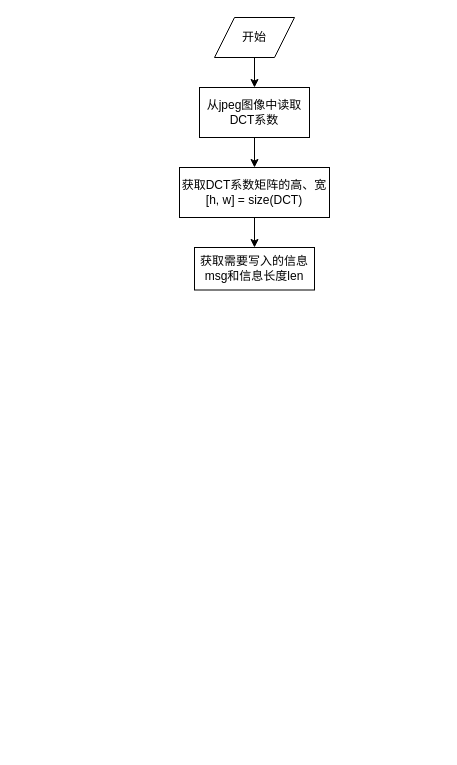
AgentGuo/flow_chart keeps this draw.io diagram as 多媒体数据安全/多媒体数据安全流程图2.drawio. Above is the earlier version. Source tidied: cells renumbered, new cells numbered last; positions are measured from the earlier drawing's top-left corner, leaving out a move shared by most shapes. Both pictures are drawn from the tidied source at 100%, with x=0, y=0 at pixel (179, 17).
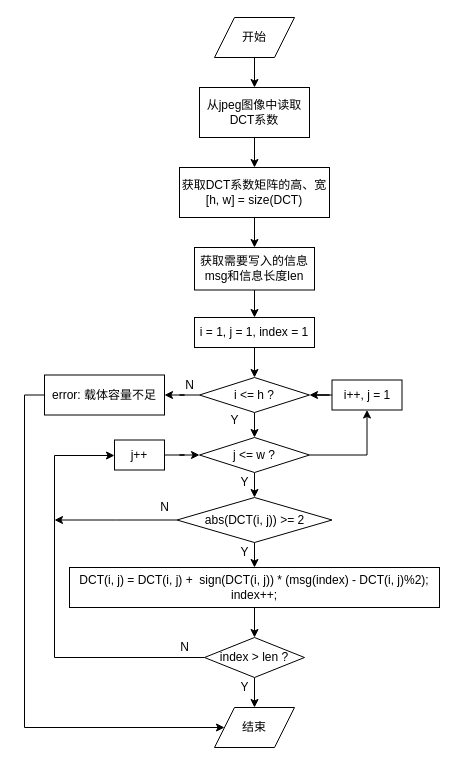
The same diagram, later.

Commit message (it also covers changes not shown here):
Update 多媒体数据安全流程图2.drawio

Unchanged cells that the change refers to:
```xml
<mxCell id="8" value="获取需要写入的信息msg和信息长度len" style="whiteSpace=wrap;html=1;" parent="1" vertex="1">
  <mxGeometry x="15" y="230" width="120" height="42.5" as="geometry" />
</mxCell>
```

Diff of the diagram source:
```diff
@@
+    <mxCell id="9" style="edgeStyle=orthogonalEdgeStyle;rounded=0;jettySize=auto;html=1;" parent="1" edge="1" source="8" target="11">
+      <mxGeometry relative="1" as="geometry" />
+    </mxCell>
@@
+    <mxCell id="10" style="edgeStyle=orthogonalEdgeStyle;rounded=0;jettySize=auto;html=1;" parent="1" edge="1" source="11" target="14">
+      <mxGeometry relative="1" as="geometry" />
+    </mxCell>
+    <mxCell id="11" value="i = 1, j = 1, index = 1" style="whiteSpace=wrap;html=1;" parent="1" vertex="1">
+      <mxGeometry x="15" y="300" width="120" height="30" as="geometry" />
+    </mxCell>
+    <mxCell id="12" style="edgeStyle=orthogonalEdgeStyle;rounded=0;jettySize=auto;html=1;" parent="1" edge="1" source="14" target="17">
+      <mxGeometry relative="1" as="geometry" />
+    </mxCell>
+    <mxCell id="13" style="edgeStyle=orthogonalEdgeStyle;rounded=0;jettySize=auto;html=1;" parent="1" edge="1" source="14" target="37">
+      <mxGeometry relative="1" as="geometry" />
+    </mxCell>
+    <mxCell id="14" value="i &amp;lt;= h ?" style="rhombus;whiteSpace=wrap;html=1;" parent="1" vertex="1">
+      <mxGeometry x="20" y="360" width="110" height="35" as="geometry" />
+    </mxCell>
+    <mxCell id="15" style="edgeStyle=orthogonalEdgeStyle;rounded=0;jettySize=auto;html=1;" parent="1" edge="1" source="17" target="20">
+      <mxGeometry relative="1" as="geometry" />
+    </mxCell>
+    <mxCell id="16" style="edgeStyle=orthogonalEdgeStyle;rounded=0;jettySize=auto;html=1;" parent="1" edge="1" source="17" target="33">
+      <mxGeometry relative="1" as="geometry" />
+    </mxCell>
+    <mxCell id="17" value="j &amp;lt;= w ?" style="rhombus;whiteSpace=wrap;html=1;" parent="1" vertex="1">
+      <mxGeometry x="20" y="420" width="110" height="35" as="geometry" />
+    </mxCell>
+    <mxCell id="18" style="edgeStyle=orthogonalEdgeStyle;rounded=0;jettySize=auto;html=1;entryX=0.5;entryY=0;entryDx=0;entryDy=0;" parent="1" edge="1" source="20" target="22">
+      <mxGeometry relative="1" as="geometry" />
+    </mxCell>
+    <mxCell id="19" style="edgeStyle=orthogonalEdgeStyle;rounded=0;jettySize=auto;html=1;" parent="1" edge="1" source="20">
+      <mxGeometry relative="1" as="geometry">
+        <mxPoint x="-125" y="502.5" as="targetPoint" />
+      </mxGeometry>
+    </mxCell>
+    <mxCell id="20" value="abs(DCT(i, j)) &amp;gt;= 2" style="rhombus;whiteSpace=wrap;html=1;" parent="1" vertex="1">
+      <mxGeometry x="-2.5" y="480" width="155" height="45" as="geometry" />
+    </mxCell>
+    <mxCell id="21" style="edgeStyle=orthogonalEdgeStyle;rounded=0;jettySize=auto;html=1;" parent="1" edge="1" source="22" target="25">
+      <mxGeometry relative="1" as="geometry" />
+    </mxCell>
+    <mxCell id="22" value="DCT(i, j) = DCT(i, j) +&amp;nbsp; sign(DCT(i, j)) * (msg(index) - DCT(i, j)%2);&lt;br&gt;index++;" style="whiteSpace=wrap;html=1;" parent="1" vertex="1">
+      <mxGeometry x="-110" y="550" width="370" height="40" as="geometry" />
+    </mxCell>
+    <mxCell id="23" style="edgeStyle=orthogonalEdgeStyle;rounded=0;jettySize=auto;html=1;" parent="1" edge="1" source="25" target="27">
+      <mxGeometry relative="1" as="geometry">
+        <Array as="points">
+          <mxPoint x="-125" y="640" />
+          <mxPoint x="-125" y="438" />
+        </Array>
+      </mxGeometry>
+    </mxCell>
+    <mxCell id="24" style="edgeStyle=orthogonalEdgeStyle;rounded=0;jettySize=auto;html=1;" parent="1" edge="1" source="25" target="35">
+      <mxGeometry relative="1" as="geometry" />
+    </mxCell>
+    <mxCell id="25" value="index &amp;gt; len ?" style="rhombus;whiteSpace=wrap;html=1;" parent="1" vertex="1">
+      <mxGeometry x="25" y="620" width="100" height="40" as="geometry" />
+    </mxCell>
+    <mxCell id="26" style="edgeStyle=orthogonalEdgeStyle;rounded=0;jettySize=auto;html=1;entryX=0;entryY=0.5;entryDx=0;entryDy=0;" parent="1" edge="1" source="27" target="17">
+      <mxGeometry relative="1" as="geometry" />
+    </mxCell>
+    <mxCell id="27" value="j++" style="whiteSpace=wrap;html=1;" parent="1" vertex="1">
+      <mxGeometry x="-65" y="422.5" width="50" height="30" as="geometry" />
+    </mxCell>
+    <mxCell id="28" value="Y" style="text;html=1;align=center;verticalAlign=middle;strokeColor=none;" parent="1" vertex="1">
+      <mxGeometry x="55" y="525" width="20" height="20" as="geometry" />
+    </mxCell>
+    <mxCell id="29" value="N" style="text;html=1;align=center;verticalAlign=middle;strokeColor=none;" parent="1" vertex="1">
+      <mxGeometry x="-25" y="480" width="20" height="20" as="geometry" />
+    </mxCell>
+    <mxCell id="30" value="N" style="text;html=1;align=center;verticalAlign=middle;strokeColor=none;" parent="1" vertex="1">
+      <mxGeometry x="-5" y="620" width="20" height="20" as="geometry" />
+    </mxCell>
+    <mxCell id="31" value="Y" style="text;html=1;align=center;verticalAlign=middle;strokeColor=none;" parent="1" vertex="1">
+      <mxGeometry x="55" y="455" width="20" height="20" as="geometry" />
+    </mxCell>
+    <mxCell id="32" style="edgeStyle=orthogonalEdgeStyle;rounded=0;jettySize=auto;html=1;" parent="1" edge="1" source="33" target="14">
+      <mxGeometry relative="1" as="geometry" />
+    </mxCell>
+    <mxCell id="33" value="i++, j = 1" style="whiteSpace=wrap;html=1;" parent="1" vertex="1">
+      <mxGeometry x="152.5" y="362.5" width="70" height="30" as="geometry" />
+    </mxCell>
+    <mxCell id="34" value="Y" style="text;html=1;align=center;verticalAlign=middle;strokeColor=none;" parent="1" vertex="1">
+      <mxGeometry x="45" y="392.5" width="20" height="20" as="geometry" />
+    </mxCell>
+    <mxCell id="35" value="结束" style="shape=parallelogram;perimeter=parallelogramPerimeter;whiteSpace=wrap;html=1;fixedSize=1;" parent="1" vertex="1">
+      <mxGeometry x="35" y="690" width="80" height="40" as="geometry" />
+    </mxCell>
+    <mxCell id="36" style="edgeStyle=orthogonalEdgeStyle;rounded=0;jettySize=auto;html=1;" parent="1" edge="1" source="37" target="35">
+      <mxGeometry relative="1" as="geometry">
+        <Array as="points">
+          <mxPoint x="-155" y="378" />
+          <mxPoint x="-155" y="710" />
+        </Array>
+      </mxGeometry>
+    </mxCell>
+    <mxCell id="37" value="error: 载体容量不足" style="whiteSpace=wrap;html=1;" parent="1" vertex="1">
+      <mxGeometry x="-135" y="357.5" width="120" height="40" as="geometry" />
+    </mxCell>
+    <mxCell id="38" value="N" style="text;html=1;align=center;verticalAlign=middle;strokeColor=none;" parent="1" vertex="1">
+      <mxGeometry y="357.5" width="20" height="20" as="geometry" />
+    </mxCell>
+    <mxCell id="39" value="Y" style="text;html=1;align=center;verticalAlign=middle;strokeColor=none;" parent="1" vertex="1">
+      <mxGeometry x="55" y="660" width="20" height="20" as="geometry" />
+    </mxCell>
```
